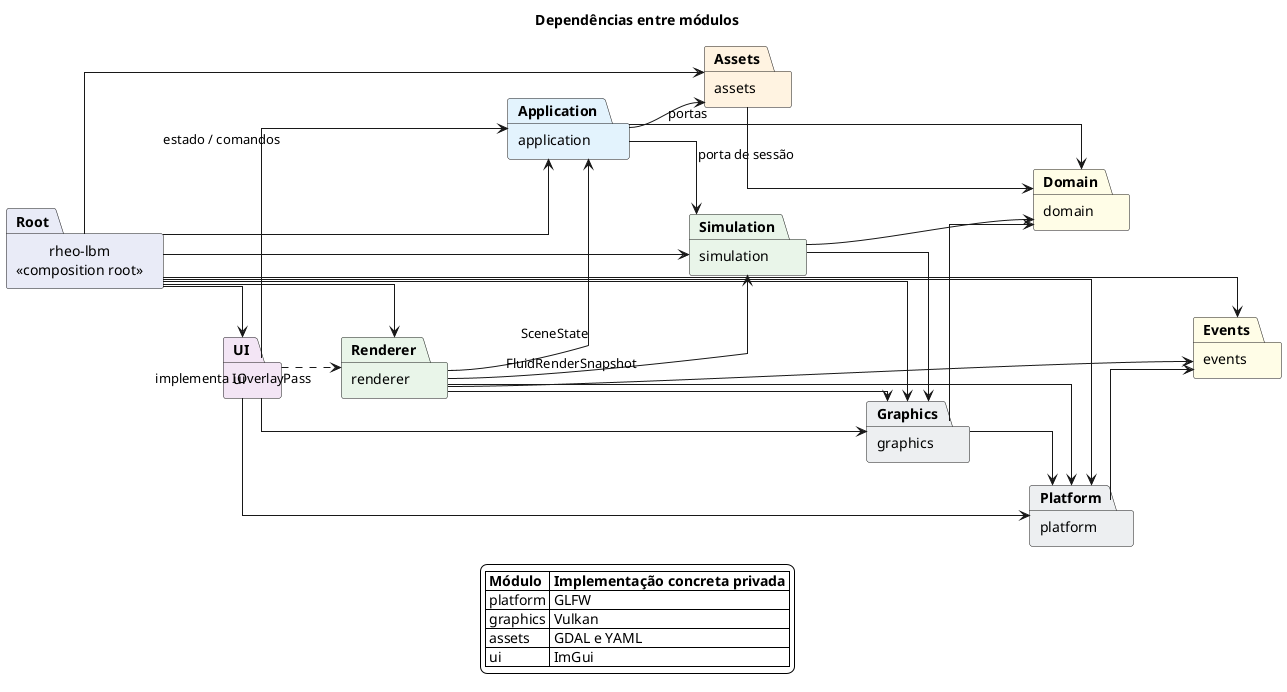
Before: docs/uml/01-module-dependencies.png, a diagram exported from PlantUML (leandro-barcelos/rheo-lbm). Its diagram source:
```plantuml
@startuml
title Dependências entre módulos

left to right direction
skinparam backgroundColor transparent
skinparam shadowing false
skinparam packageStyle rectangle
skinparam linetype ortho

package "rheo-lbm\n<<composition root>>" as Root #E8EAF6
package "ui" as UI #F3E5F5
package "application" as Application #E3F2FD
package "renderer" as Renderer #E8F5E9
package "simulation" as Simulation #E8F5E9
package "assets" as Assets #FFF3E0
package "domain" as Domain #FFFDE7
package "graphics" as Graphics #ECEFF1
package "platform" as Platform #ECEFF1
package "events" as Events #FFFDE7

Root --> UI
Root --> Application
Root --> Renderer
Root --> Simulation
Root --> Assets
Root --> Graphics
Root --> Platform
Root --> Events

UI --> Application : estado / comandos
UI ..> Renderer : implementa IOverlayPass
UI --> Graphics
UI --> Platform

Application --> Domain
Application --> Assets : portas
Application --> Simulation : porta de sessão

Assets --> Domain
Simulation --> Domain
Simulation --> Graphics

Renderer --> Application : SceneState
Renderer --> Simulation : FluidRenderSnapshot
Renderer --> Graphics
Renderer --> Platform
Renderer --> Events

Graphics --> Domain
Graphics --> Platform
Platform --> Events

legend bottom
  |= Módulo |= Implementação concreta privada |
  | platform | GLFW |
  | graphics | Vulkan |
  | assets | GDAL e YAML |
  | ui | ImGui |
endlegend

@enduml
```
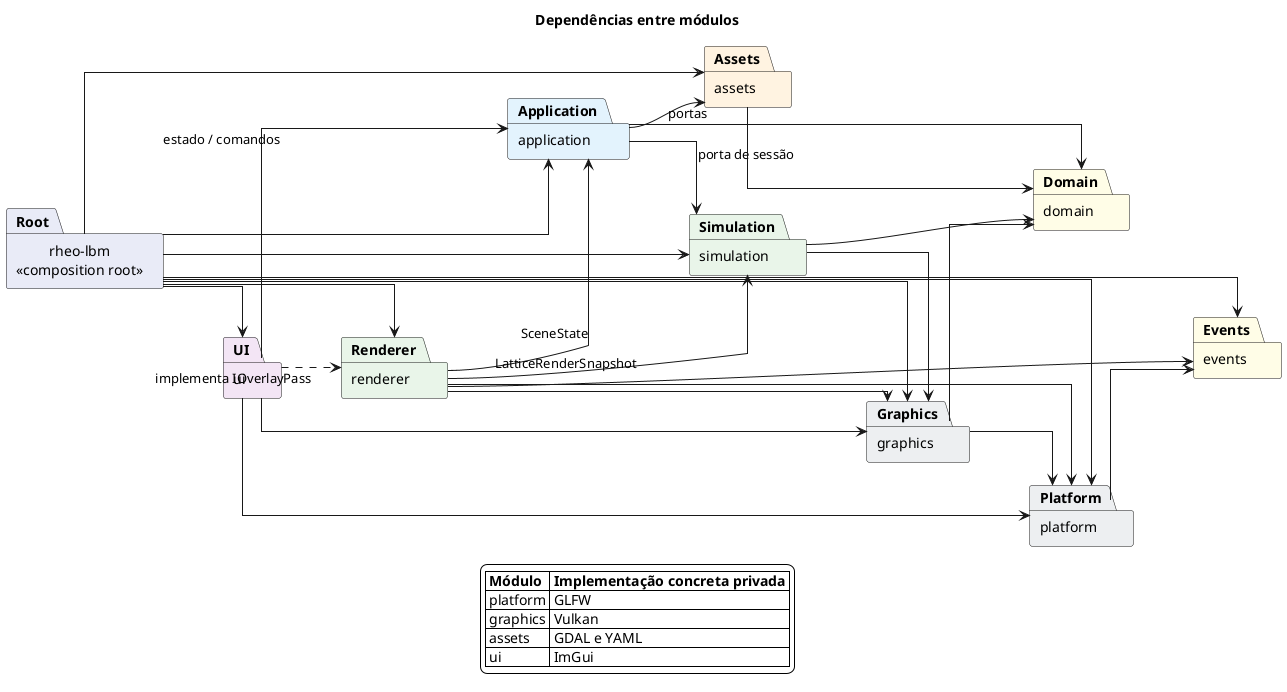
The same diagram one commit later.

Diff of the diagram source:
```diff
@@ -41,7 +41,7 @@
 Simulation --> Graphics
 
 Renderer --> Application : SceneState
-Renderer --> Simulation : FluidRenderSnapshot
+Renderer --> Simulation : LatticeRenderSnapshot
 Renderer --> Graphics
 Renderer --> Platform
 Renderer --> Events
```
